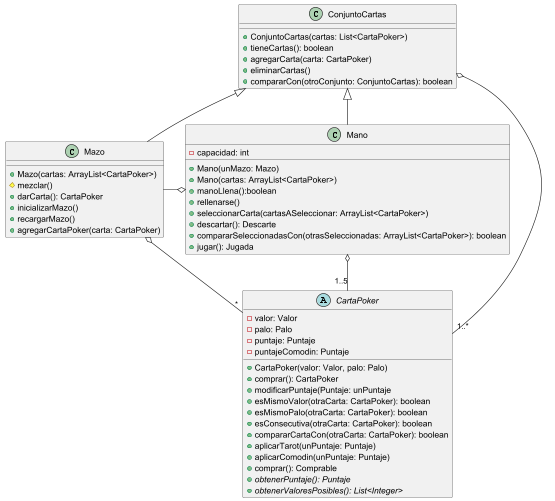
This is diagrams/classes/clasesBalatro5.png from carruizdiaz1109/UBAlatro, a PlantUML export, as it was before one commit.
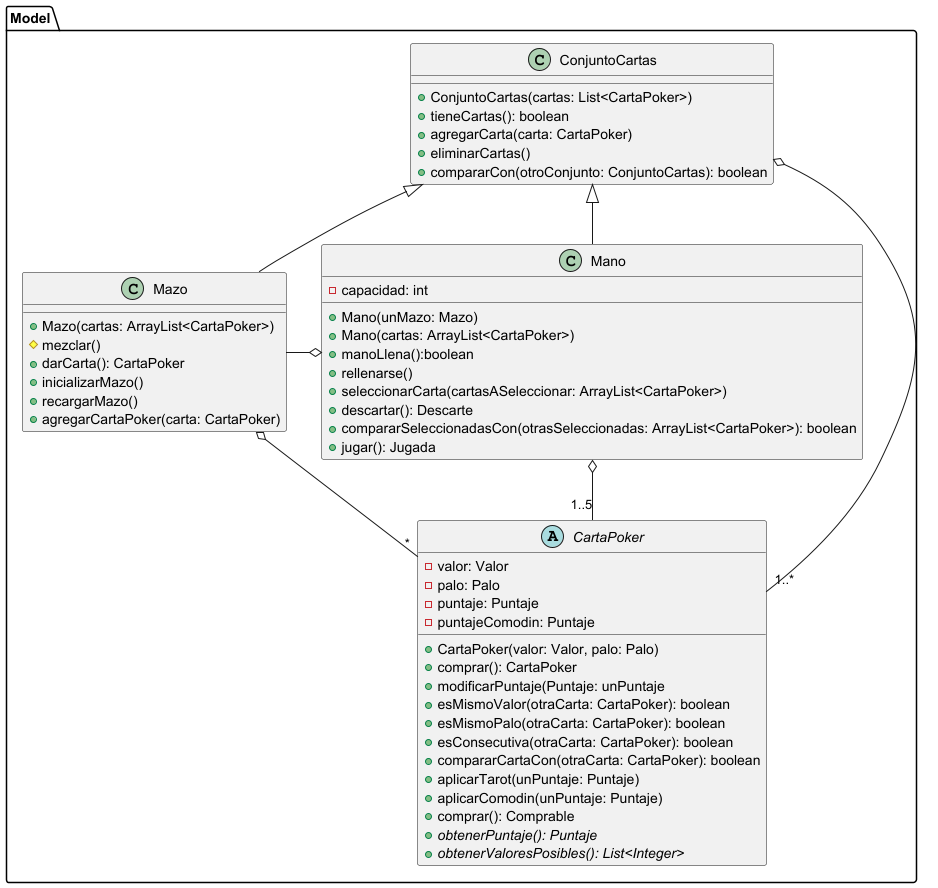
The same diagram one commit later.

What changed in the source:
```diff
@@ -1,59 +1,60 @@
 @startuml
+package Model {
+    class ConjuntoCartas{
 
-class ConjuntoCartas{
+       + ConjuntoCartas(cartas: List<CartaPoker>)
+       + tieneCartas(): boolean
+       + agregarCarta(carta: CartaPoker)
+       + eliminarCartas()
+       + compararCon(otroConjunto: ConjuntoCartas): boolean
+    }
 
-   + ConjuntoCartas(cartas: List<CartaPoker>)
-   + tieneCartas(): boolean
-   + agregarCarta(carta: CartaPoker)
-   + eliminarCartas()
-   + compararCon(otroConjunto: ConjuntoCartas): boolean
-}
+    abstract class CartaPoker {
+      - valor: Valor
+      - palo: Palo
+      - puntaje: Puntaje
+      - puntajeComodin: Puntaje
 
-abstract class CartaPoker {
-  - valor: Valor
-  - palo: Palo
-  - puntaje: Puntaje
-  - puntajeComodin: Puntaje
-
-  + CartaPoker(valor: Valor, palo: Palo)
-  + comprar(): CartaPoker
-  + modificarPuntaje(Puntaje: unPuntaje
-  + esMismoValor(otraCarta: CartaPoker): boolean
-  + esMismoPalo(otraCarta: CartaPoker): boolean
-  + esConsecutiva(otraCarta: CartaPoker): boolean
-  + compararCartaCon(otraCarta: CartaPoker): boolean
-  + aplicarTarot(unPuntaje: Puntaje)
-  + aplicarComodin(unPuntaje: Puntaje)
-  + comprar(): Comprable
-  + {abstract}obtenerPuntaje(): Puntaje
-  + {abstract}obtenerValoresPosibles(): List<Integer>
-}
+      + CartaPoker(valor: Valor, palo: Palo)
+      + comprar(): CartaPoker
+      + modificarPuntaje(Puntaje: unPuntaje
+      + esMismoValor(otraCarta: CartaPoker): boolean
+      + esMismoPalo(otraCarta: CartaPoker): boolean
+      + esConsecutiva(otraCarta: CartaPoker): boolean
+      + compararCartaCon(otraCarta: CartaPoker): boolean
+      + aplicarTarot(unPuntaje: Puntaje)
+      + aplicarComodin(unPuntaje: Puntaje)
+      + comprar(): Comprable
+      + {abstract}obtenerPuntaje(): Puntaje
+      + {abstract}obtenerValoresPosibles(): List<Integer>
+    }
 
 
-class Mazo extends ConjuntoCartas {
-   + Mazo(cartas: ArrayList<CartaPoker>)
-   # mezclar()
-   + darCarta(): CartaPoker
-   + inicializarMazo()
-   + recargarMazo()
-+ agregarCartaPoker(carta: CartaPoker)
+    class Mazo extends ConjuntoCartas {
+       + Mazo(cartas: ArrayList<CartaPoker>)
+       # mezclar()
+       + darCarta(): CartaPoker
+       + inicializarMazo()
+       + recargarMazo()
+    + agregarCartaPoker(carta: CartaPoker)
+    }
+
+    class Mano extends ConjuntoCartas{
+       - capacidad: int
+
+       + Mano(unMazo: Mazo)
+       + Mano(cartas: ArrayList<CartaPoker>)
+       + manoLlena():boolean
+       + rellenarse()
+       + seleccionarCarta(cartasASeleccionar: ArrayList<CartaPoker>)
+       + descartar(): Descarte
+       + compararSeleccionadasCon(otrasSeleccionadas: ArrayList<CartaPoker>): boolean
+       + jugar(): Jugada
+    }
+
+    ConjuntoCartas o-- "1..*" CartaPoker
+    Mano o-- "1..5" CartaPoker
+    Mano o-left- Mazo
+    Mazo o-- "*" CartaPoker
 }
-
-class Mano extends ConjuntoCartas{
-   - capacidad: int
-
-   + Mano(unMazo: Mazo)
-   + Mano(cartas: ArrayList<CartaPoker>)
-   + manoLlena():boolean
-   + rellenarse()
-   + seleccionarCarta(cartasASeleccionar: ArrayList<CartaPoker>)
-   + descartar(): Descarte
-   + compararSeleccionadasCon(otrasSeleccionadas: ArrayList<CartaPoker>): boolean
-   + jugar(): Jugada
-}
-
-ConjuntoCartas o-- "1..*" CartaPoker
-Mano o-- "1..5" CartaPoker
-Mano o-left- Mazo
-Mazo o-- "*" CartaPoker
 @enduml
```
